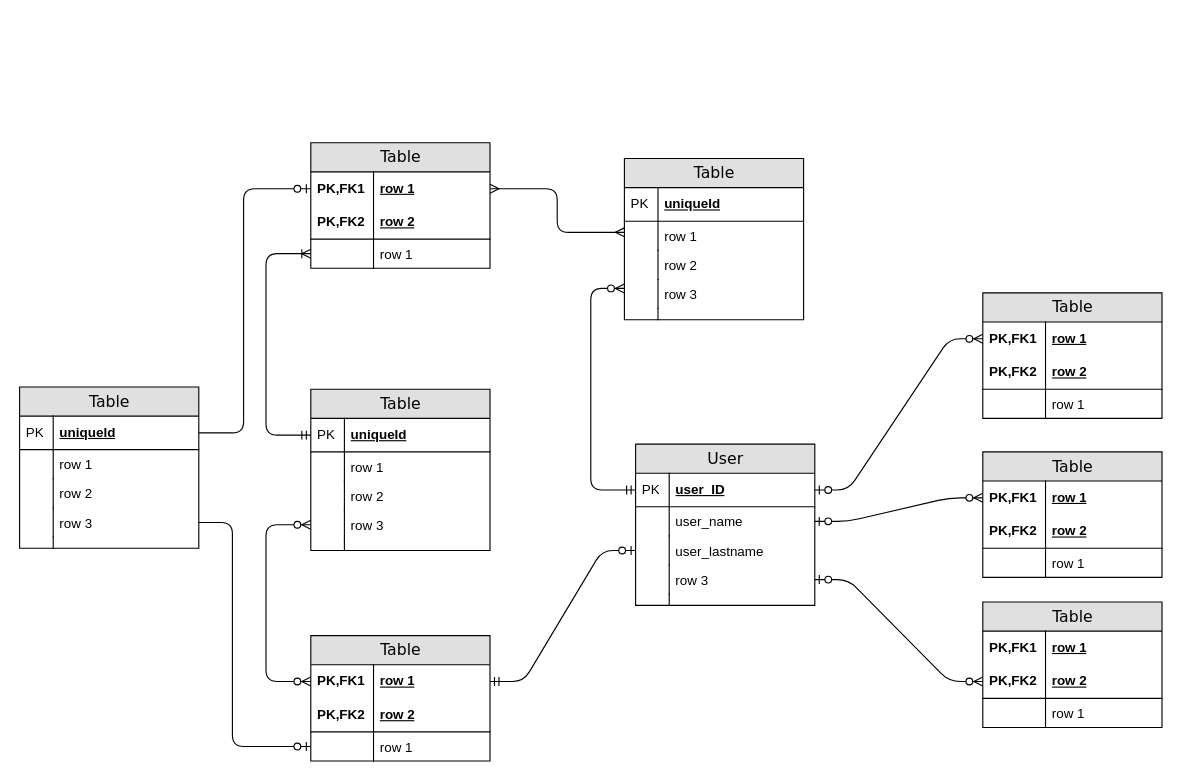
Above: Untitled Diagram.drawio in cibusse/diagrams (draw.io), before the change. Source tidied: cells renumbered, new cells numbered last; positions are measured from the earlier drawing's top-left corner, leaving out a move shared by most shapes. Both pictures are drawn from the tidied source at 112%, with x=0, y=0 at pixel (19, 142).
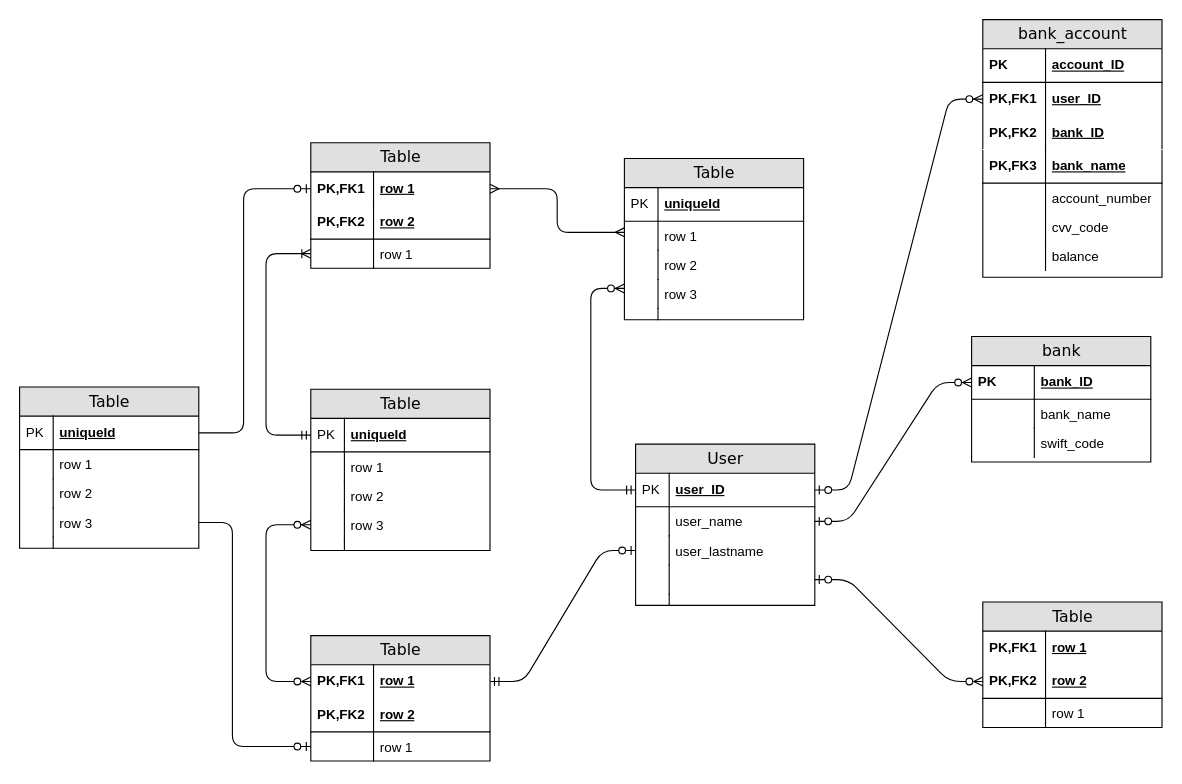
The same diagram, later.

The change refers to these unchanged cells:
```xml
<mxCell id="31" value="User" style="swimlane;html=1;fontStyle=0;horizontal=1;startSize=26;fillColor=#e0e0e0;swimlaneFillColor=#ffffff;align=center;rounded=0;shadow=0;comic=0;labelBackgroundColor=none;strokeWidth=1;fontFamily=Verdana;fontSize=14;" parent="1" vertex="1">
  <mxGeometry x="550" y="269" width="160" height="144" as="geometry" />
</mxCell>
<mxCell id="34" value="user_name" style="shape=partialRectangle;top=0;left=0;right=0;bottom=0;html=1;align=left;verticalAlign=top;fillColor=none;spacingLeft=34;spacingRight=4;whiteSpace=wrap;overflow=hidden;points=[[0,0.5],[1,0.5]];portConstraint=eastwest;" parent="31" vertex="1">
  <mxGeometry y="56" width="160" height="26" as="geometry" />
</mxCell>
```

Diff of the diagram source:
```diff
@@
-    <mxCell id="38" value="row 3" style="shape=partialRectangle;top=0;left=0;right=0;bottom=0;html=1;align=left;verticalAlign=top;fillColor=none;spacingLeft=34;spacingRight=4;whiteSpace=wrap;overflow=hidden;points=[[0,0.5],[1,0.5]];portConstraint=eastwest;" parent="31" vertex="1">
+    <mxCell id="38" style="shape=partialRectangle;top=0;left=0;right=0;bottom=0;html=1;align=left;verticalAlign=top;fillColor=none;spacingLeft=34;spacingRight=4;whiteSpace=wrap;overflow=hidden;points=[[0,0.5],[1,0.5]];portConstraint=eastwest;" parent="31" vertex="1">
       <mxGeometry y="108" width="160" height="26" as="geometry" />
     </mxCell>
@@
-    <mxCell id="42" value="Table" style="swimlane;html=1;fontStyle=0;horizontal=1;startSize=26;fillColor=#e0e0e0;swimlaneFillColor=#ffffff;align=center;rounded=0;shadow=0;comic=0;labelBackgroundColor=none;strokeWidth=1;fontFamily=Verdana;fontSize=14;" parent="1" vertex="1">
-      <mxGeometry x="860" y="134" width="160" height="112" as="geometry" />
+    <mxCell id="42" value="bank_account" style="swimlane;html=1;fontStyle=0;horizontal=1;startSize=26;fillColor=#e0e0e0;swimlaneFillColor=#ffffff;align=center;rounded=0;shadow=0;comic=0;labelBackgroundColor=none;strokeWidth=1;fontFamily=Verdana;fontSize=14;" parent="1" vertex="1">
+      <mxGeometry x="860" y="-110" width="160" height="230" as="geometry" />
     </mxCell>
+    <mxCell id="45" value="account_ID" style="shape=partialRectangle;top=0;left=0;right=0;bottom=1;html=1;align=left;verticalAlign=middle;fillColor=none;spacingLeft=60;spacingRight=4;whiteSpace=wrap;overflow=hidden;fontStyle=5;" parent="42" vertex="1">
+      <mxGeometry y="26" width="160" height="30" as="geometry" />
+    </mxCell>
+    <mxCell id="46" value="PK" style="shape=partialRectangle;fontStyle=1;top=0;left=0;bottom=0;html=1;fillColor=none;align=left;verticalAlign=middle;spacingLeft=4;spacingRight=4;whiteSpace=wrap;overflow=hidden;" parent="45" vertex="1">
+      <mxGeometry width="56" height="30" as="geometry" />
+    </mxCell>
-    <mxCell id="43" value="row 1" style="shape=partialRectangle;top=0;left=0;right=0;bottom=0;html=1;align=left;verticalAlign=middle;fillColor=none;spacingLeft=60;spacingRight=4;whiteSpace=wrap;overflow=hidden;points=[[0,0.5],[1,0.5]];portConstraint=eastwest;fontStyle=5;" parent="42" vertex="1">
-      <mxGeometry y="26" width="160" height="30" as="geometry" />
+    <mxCell id="43" value="user_ID" style="shape=partialRectangle;top=0;left=0;right=0;bottom=0;html=1;align=left;verticalAlign=middle;fillColor=none;spacingLeft=60;spacingRight=4;whiteSpace=wrap;overflow=hidden;points=[[0,0.5],[1,0.5]];portConstraint=eastwest;fontStyle=5;" parent="42" vertex="1">
+      <mxGeometry y="56" width="160" height="30" as="geometry" />
     </mxCell>
@@
-    <mxCell id="45" value="row 2" style="shape=partialRectangle;top=0;left=0;right=0;bottom=1;html=1;align=left;verticalAlign=middle;fillColor=none;spacingLeft=60;spacingRight=4;whiteSpace=wrap;overflow=hidden;fontStyle=5;" parent="42" vertex="1">
-      <mxGeometry y="56" width="160" height="30" as="geometry" />
-    </mxCell>
-    <mxCell id="46" value="PK,FK2" style="shape=partialRectangle;fontStyle=1;top=0;left=0;bottom=0;html=1;fillColor=none;align=left;verticalAlign=middle;spacingLeft=4;spacingRight=4;whiteSpace=wrap;overflow=hidden;" parent="45" vertex="1">
-      <mxGeometry width="56" height="30" as="geometry" />
-    </mxCell>
+    <mxCell id="91" value="bank_ID" style="shape=partialRectangle;top=0;left=0;right=0;bottom=1;html=1;align=left;verticalAlign=middle;fillColor=none;spacingLeft=60;spacingRight=4;whiteSpace=wrap;overflow=hidden;fontStyle=5;strokeColor=#FFFFFF;" parent="42" vertex="1">
+      <mxGeometry y="86" width="160" height="30" as="geometry" />
+    </mxCell>
+    <mxCell id="92" value="PK,FK2" style="shape=partialRectangle;fontStyle=1;top=0;left=0;bottom=0;html=1;fillColor=none;align=left;verticalAlign=middle;spacingLeft=4;spacingRight=4;whiteSpace=wrap;overflow=hidden;" parent="91" vertex="1">
+      <mxGeometry width="56" height="30" as="geometry" />
+    </mxCell>
+    <mxCell id="93" value="bank_name" style="shape=partialRectangle;top=0;left=0;right=0;bottom=1;html=1;align=left;verticalAlign=middle;fillColor=none;spacingLeft=60;spacingRight=4;whiteSpace=wrap;overflow=hidden;fontStyle=5;" parent="42" vertex="1">
+      <mxGeometry y="116" width="160" height="30" as="geometry" />
+    </mxCell>
+    <mxCell id="94" value="PK,FK3" style="shape=partialRectangle;fontStyle=1;top=0;left=0;bottom=0;html=1;fillColor=none;align=left;verticalAlign=middle;spacingLeft=4;spacingRight=4;whiteSpace=wrap;overflow=hidden;" parent="93" vertex="1">
+      <mxGeometry width="56" height="30" as="geometry" />
+    </mxCell>
+    <mxCell id="95" value="account_number" style="shape=partialRectangle;top=0;left=0;right=0;bottom=0;html=1;align=left;verticalAlign=top;fillColor=none;spacingLeft=60;spacingRight=4;whiteSpace=wrap;overflow=hidden;" parent="42" vertex="1">
+      <mxGeometry y="146" width="160" height="26" as="geometry" />
+    </mxCell>
+    <mxCell id="96" style="shape=partialRectangle;top=0;left=0;bottom=0;html=1;fillColor=none;align=left;verticalAlign=top;spacingLeft=4;spacingRight=4;whiteSpace=wrap;overflow=hidden;" parent="95" vertex="1">
+      <mxGeometry width="56" height="26" as="geometry" />
+    </mxCell>
-    <mxCell id="47" value="row 1" style="shape=partialRectangle;top=0;left=0;right=0;bottom=0;html=1;align=left;verticalAlign=top;fillColor=none;spacingLeft=60;spacingRight=4;whiteSpace=wrap;overflow=hidden;" parent="42" vertex="1">
-      <mxGeometry y="86" width="160" height="26" as="geometry" />
+    <mxCell id="47" value="cvv_code" style="shape=partialRectangle;top=0;left=0;right=0;bottom=0;html=1;align=left;verticalAlign=top;fillColor=none;spacingLeft=60;spacingRight=4;whiteSpace=wrap;overflow=hidden;" parent="42" vertex="1">
+      <mxGeometry y="172" width="160" height="26" as="geometry" />
     </mxCell>
@@
+    <mxCell id="97" value="balance" style="shape=partialRectangle;top=0;left=0;right=0;bottom=0;html=1;align=left;verticalAlign=top;fillColor=none;spacingLeft=60;spacingRight=4;whiteSpace=wrap;overflow=hidden;" parent="42" vertex="1">
+      <mxGeometry y="198" width="160" height="26" as="geometry" />
+    </mxCell>
+    <mxCell id="98" style="shape=partialRectangle;top=0;left=0;bottom=0;html=1;fillColor=none;align=left;verticalAlign=top;spacingLeft=4;spacingRight=4;whiteSpace=wrap;overflow=hidden;" parent="97" vertex="1">
+      <mxGeometry width="56" height="26" as="geometry" />
+    </mxCell>
@@
-    <mxCell id="62" value="Table" style="swimlane;html=1;fontStyle=0;horizontal=1;startSize=26;fillColor=#e0e0e0;swimlaneFillColor=#ffffff;align=center;rounded=0;shadow=0;comic=0;labelBackgroundColor=none;strokeWidth=1;fontFamily=Verdana;fontSize=14;" parent="1" vertex="1">
-      <mxGeometry x="860" y="276" width="160" height="112" as="geometry" />
+    <mxCell id="62" value="bank" style="swimlane;html=1;fontStyle=0;horizontal=1;startSize=26;fillColor=#e0e0e0;swimlaneFillColor=#ffffff;align=center;rounded=0;shadow=0;comic=0;labelBackgroundColor=none;strokeWidth=1;fontFamily=Verdana;fontSize=14;" parent="1" vertex="1">
+      <mxGeometry x="850" y="173" width="160" height="112" as="geometry" />
     </mxCell>
-    <mxCell id="63" value="row 1" style="shape=partialRectangle;top=0;left=0;right=0;bottom=0;html=1;align=left;verticalAlign=middle;fillColor=none;spacingLeft=60;spacingRight=4;whiteSpace=wrap;overflow=hidden;points=[[0,0.5],[1,0.5]];portConstraint=eastwest;fontStyle=5;" parent="62" vertex="1">
-      <mxGeometry y="26" width="160" height="30" as="geometry" />
-    </mxCell>
-    <mxCell id="64" value="PK,FK1" style="shape=partialRectangle;fontStyle=1;top=0;left=0;bottom=0;html=1;fillColor=none;align=left;verticalAlign=middle;spacingLeft=4;spacingRight=4;whiteSpace=wrap;overflow=hidden;" parent="63" vertex="1">
-      <mxGeometry width="56" height="30" as="geometry" />
-    </mxCell>
-    <mxCell id="65" value="row 2" style="shape=partialRectangle;top=0;left=0;right=0;bottom=1;html=1;align=left;verticalAlign=middle;fillColor=none;spacingLeft=60;spacingRight=4;whiteSpace=wrap;overflow=hidden;fontStyle=5;" parent="62" vertex="1">
-      <mxGeometry y="56" width="160" height="30" as="geometry" />
+    <mxCell id="65" value="bank_ID" style="shape=partialRectangle;top=0;left=0;right=0;bottom=1;html=1;align=left;verticalAlign=middle;fillColor=none;spacingLeft=60;spacingRight=4;whiteSpace=wrap;overflow=hidden;fontStyle=5;" parent="62" vertex="1">
+      <mxGeometry y="26" width="160" height="30" as="geometry" />
     </mxCell>
-    <mxCell id="66" value="PK,FK2" style="shape=partialRectangle;fontStyle=1;top=0;left=0;bottom=0;html=1;fillColor=none;align=left;verticalAlign=middle;spacingLeft=4;spacingRight=4;whiteSpace=wrap;overflow=hidden;" parent="65" vertex="1">
+    <mxCell id="66" value="PK" style="shape=partialRectangle;fontStyle=1;top=0;left=0;bottom=0;html=1;fillColor=none;align=left;verticalAlign=middle;spacingLeft=4;spacingRight=4;whiteSpace=wrap;overflow=hidden;" parent="65" vertex="1">
       <mxGeometry width="56" height="30" as="geometry" />
     </mxCell>
-    <mxCell id="67" value="row 1" style="shape=partialRectangle;top=0;left=0;right=0;bottom=0;html=1;align=left;verticalAlign=top;fillColor=none;spacingLeft=60;spacingRight=4;whiteSpace=wrap;overflow=hidden;" parent="62" vertex="1">
-      <mxGeometry y="86" width="160" height="26" as="geometry" />
+    <mxCell id="67" value="bank_name" style="shape=partialRectangle;top=0;left=0;right=0;bottom=0;html=1;align=left;verticalAlign=top;fillColor=none;spacingLeft=60;spacingRight=4;whiteSpace=wrap;overflow=hidden;" parent="62" vertex="1">
+      <mxGeometry y="56" width="160" height="26" as="geometry" />
     </mxCell>
@@
+    <mxCell id="99" value="swift_code" style="shape=partialRectangle;top=0;left=0;right=0;bottom=0;html=1;align=left;verticalAlign=top;fillColor=none;spacingLeft=60;spacingRight=4;whiteSpace=wrap;overflow=hidden;" parent="62" vertex="1">
+      <mxGeometry y="82" width="160" height="26" as="geometry" />
+    </mxCell>
+    <mxCell id="100" style="shape=partialRectangle;top=0;left=0;bottom=0;html=1;fillColor=none;align=left;verticalAlign=top;spacingLeft=4;spacingRight=4;whiteSpace=wrap;overflow=hidden;" parent="99" vertex="1">
+      <mxGeometry width="56" height="26" as="geometry" />
+    </mxCell>
@@
-    <mxCell id="76" style="edgeStyle=entityRelationEdgeStyle;html=1;endArrow=ERzeroToMany;startArrow=ERzeroToOne;labelBackgroundColor=none;fontFamily=Verdana;fontSize=14;entryX=0;entryY=0.5;exitX=1;exitY=0.5;" parent="1" edge="1" source="34" target="63">
-      <mxGeometry relative="1" as="geometry" />
+    <mxCell id="76" style="edgeStyle=entityRelationEdgeStyle;html=1;endArrow=ERzeroToMany;startArrow=ERzeroToOne;labelBackgroundColor=none;fontFamily=Verdana;fontSize=14;entryX=0;entryY=0.5;exitX=1;exitY=0.5;" parent="1" edge="1" source="34">
+      <mxGeometry relative="1" as="geometry">
+        <mxPoint x="850" y="214" as="targetPoint" />
+      </mxGeometry>
     </mxCell>
```
